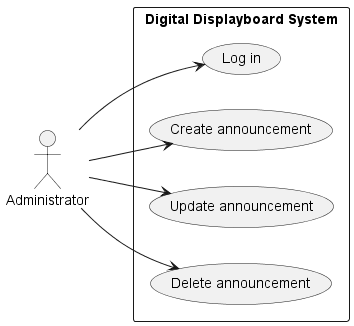
Earlier version of the PlantUML export out/planning/use case diagram/use-case-diagram-sprint2/use-case-diagram-sprint2.png (AbderrafieElmrabet/red-thread-project).
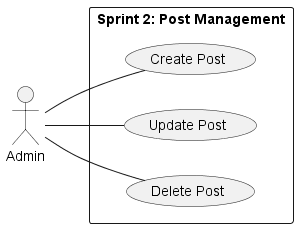
After the commit.

What changed in the source:
```diff
@@ -1,12 +1,10 @@
 @startuml
+actor Admin
 left to right direction
+rectangle "Sprint 2: Post Management" {
+    Admin -- (Create Post)
+    Admin -- (Update Post)
+    Admin -- (Delete Post)
+}
 
-actor Administrator
-
-rectangle "Digital Displayboard System" {
-    Administrator --> (Log in)
-    Administrator --> (Create announcement)
-    Administrator --> (Update announcement)
-    Administrator --> (Delete announcement)
-}
 @enduml
```
